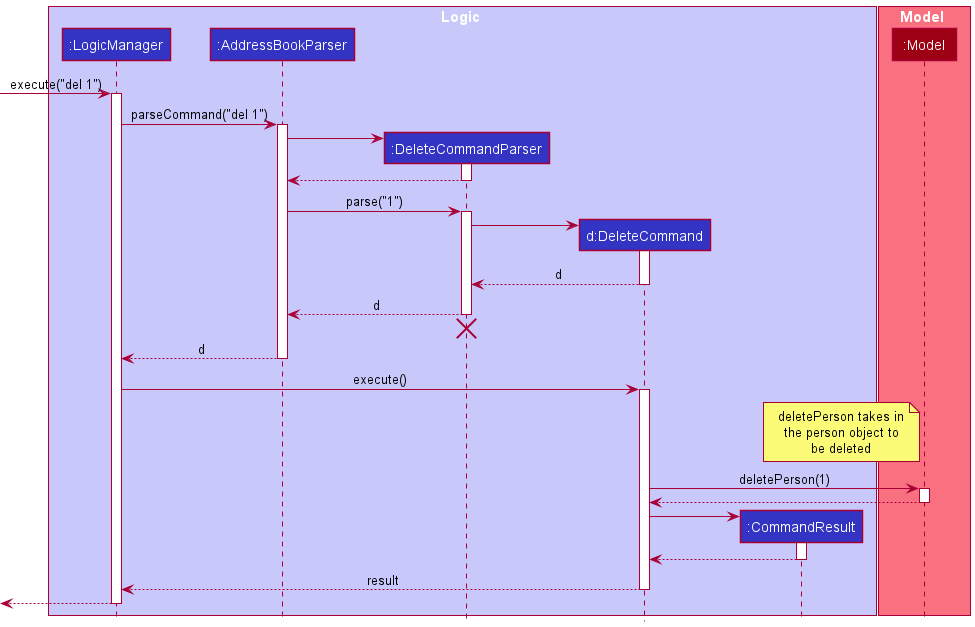
This is docs/images/DeleteSequenceDiagram.png from tonishka/tp, a PlantUML export, as it was before one commit.
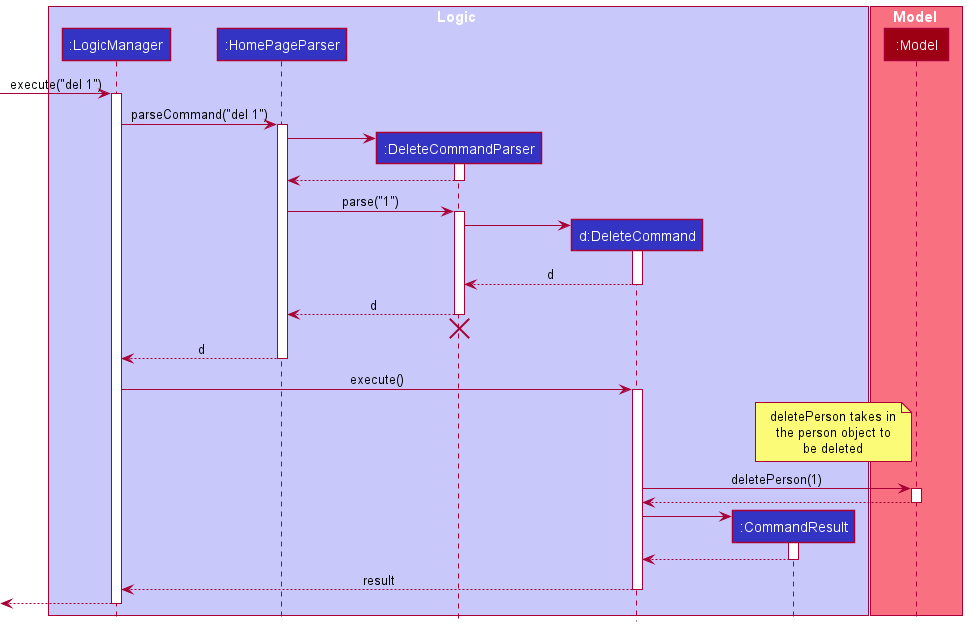
The same file after the commit.

The edit, as a diff of the source:
```diff
@@ -3,7 +3,7 @@
 
 box Logic LOGIC_COLOR_T1
 participant ":LogicManager" as LogicManager LOGIC_COLOR
-participant ":AddressBookParser" as AddressBookParser LOGIC_COLOR
+participant ":HomePageParser" as AddressBookParser LOGIC_COLOR
 participant ":DeleteCommandParser" as DeleteCommandParser LOGIC_COLOR
 participant "d:DeleteCommand" as DeleteCommand LOGIC_COLOR
 participant ":CommandResult" as CommandResult LOGIC_COLOR
```
